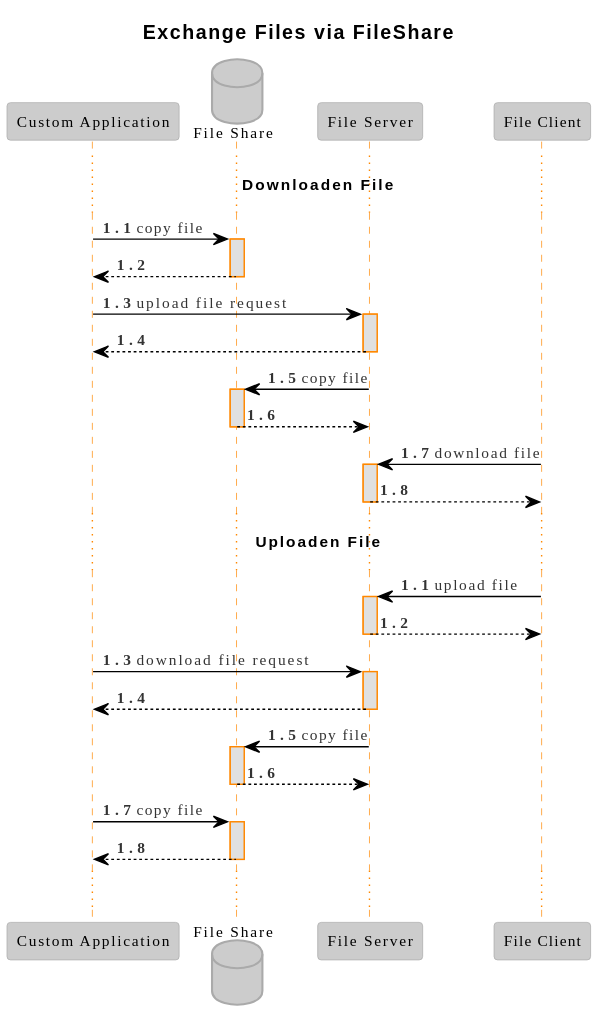
This is docs/img/Sequence Diagram - Exchange Files via FileShare.svg from eluinstra/file-server-documentation, a PlantUML export, as it was before one commit.
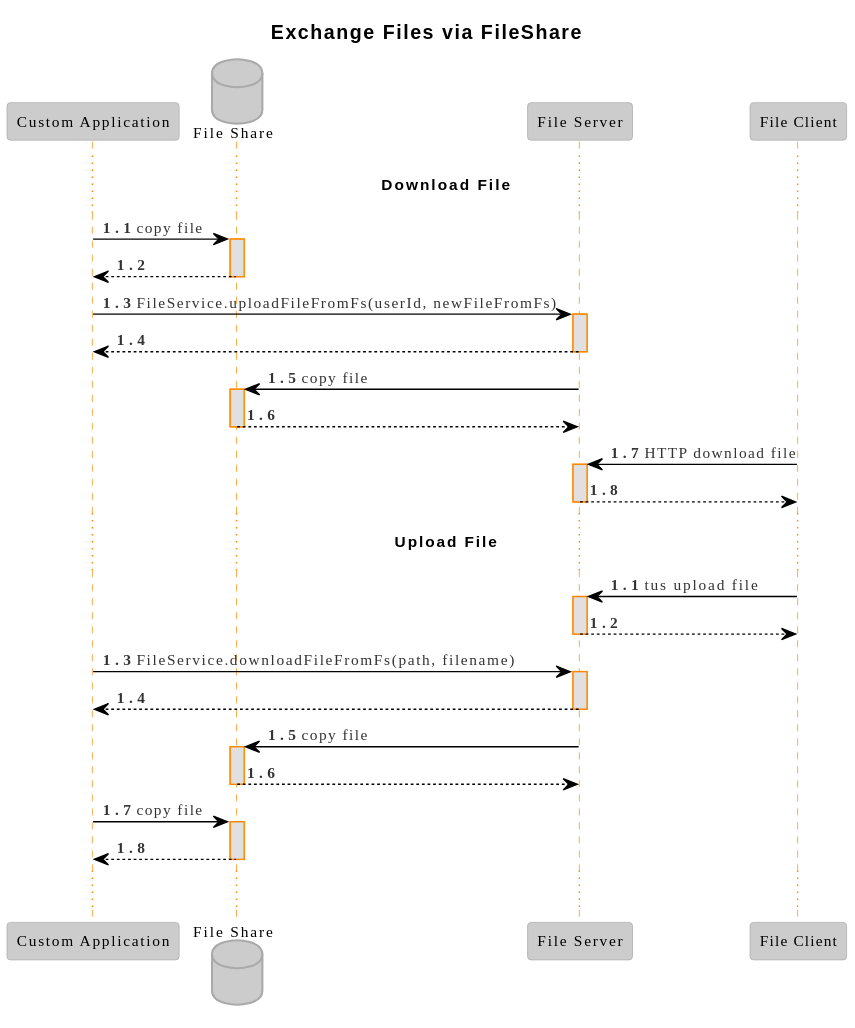
The same diagram one commit later.

The edit, as a diff of the source:
```diff
@@ -10,7 +10,7 @@
 participant "File Server" as fs
 participant "File Client" as fc
 
-... <b>Downloaden File ...
+... <b>Download File ...
 
 autonumber 1.1
 
@@ -20,7 +20,7 @@
 file --> app
 deactivate file
 
-app -> fs: upload file request
+app -> fs: FileService.uploadFileFromFs(userId, newFileFromFs)
 activate fs
 
 fs --> app
@@ -32,23 +32,23 @@
 file --> fs
 deactivate file
 
-fc -> fs: download file
+fc -> fs: HTTP download file
 activate fs
 
 fs --> fc
 deactivate fs
 
-... <b>Uploaden File ...
+... <b>Upload File ...
 
 autonumber 1.1
 
-fc -> fs: upload file
+fc -> fs: tus upload file
 activate fs
 
 fs --> fc
 deactivate fs
 
-app -> fs: download file request
+app -> fs: FileService.downloadFileFromFs(path, filename)
 activate fs
 
 fs --> app
```
